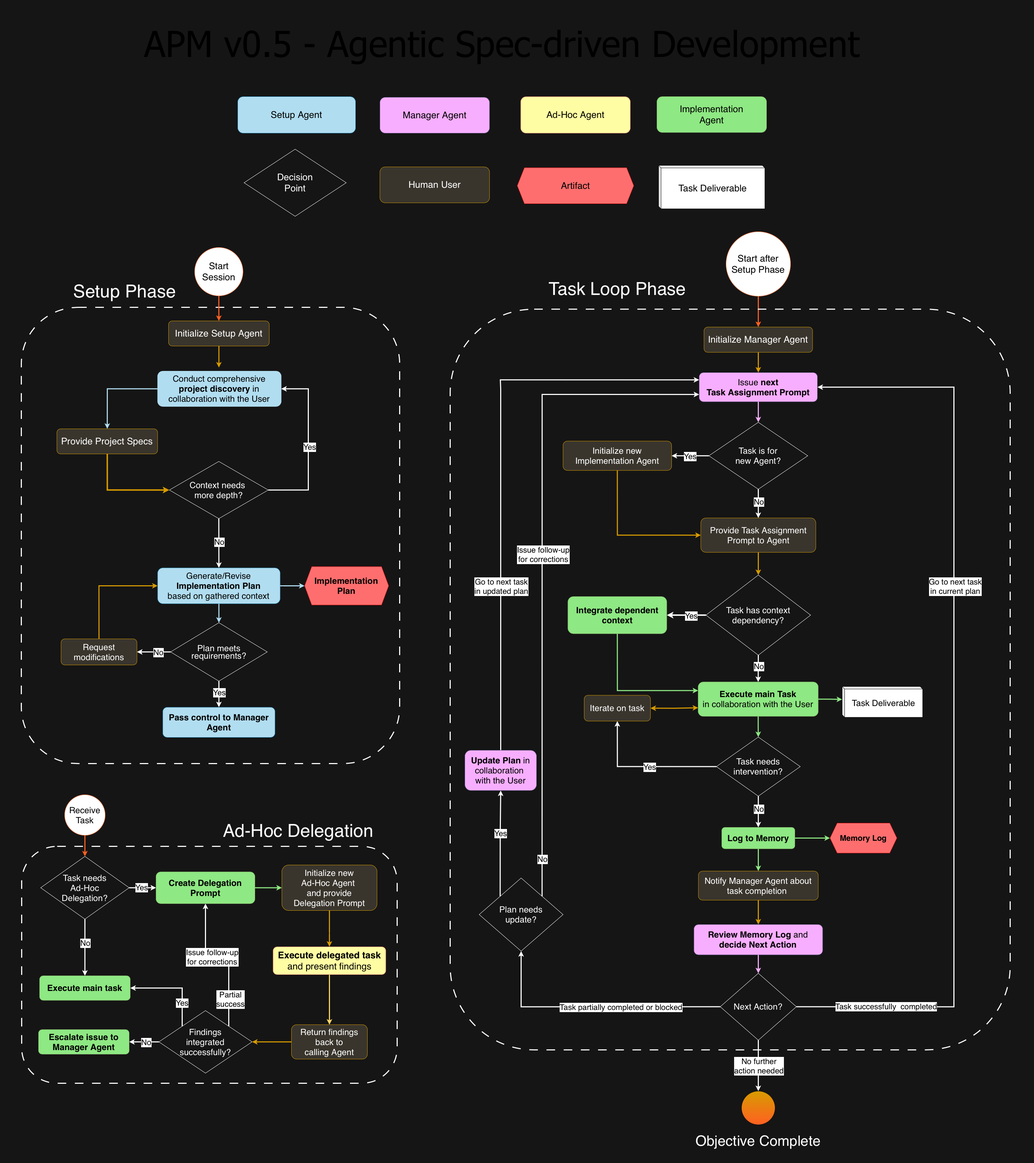
This is website/static/docs-img/apm-workflow-diagram.png from sdi2200262/agentic-project-management, a draw.io export, as it was before one commit. Source tidied: cells renumbered, new cells last; positions are measured from the earlier drawing's top-left corner, leaving out a move shared by most shapes.
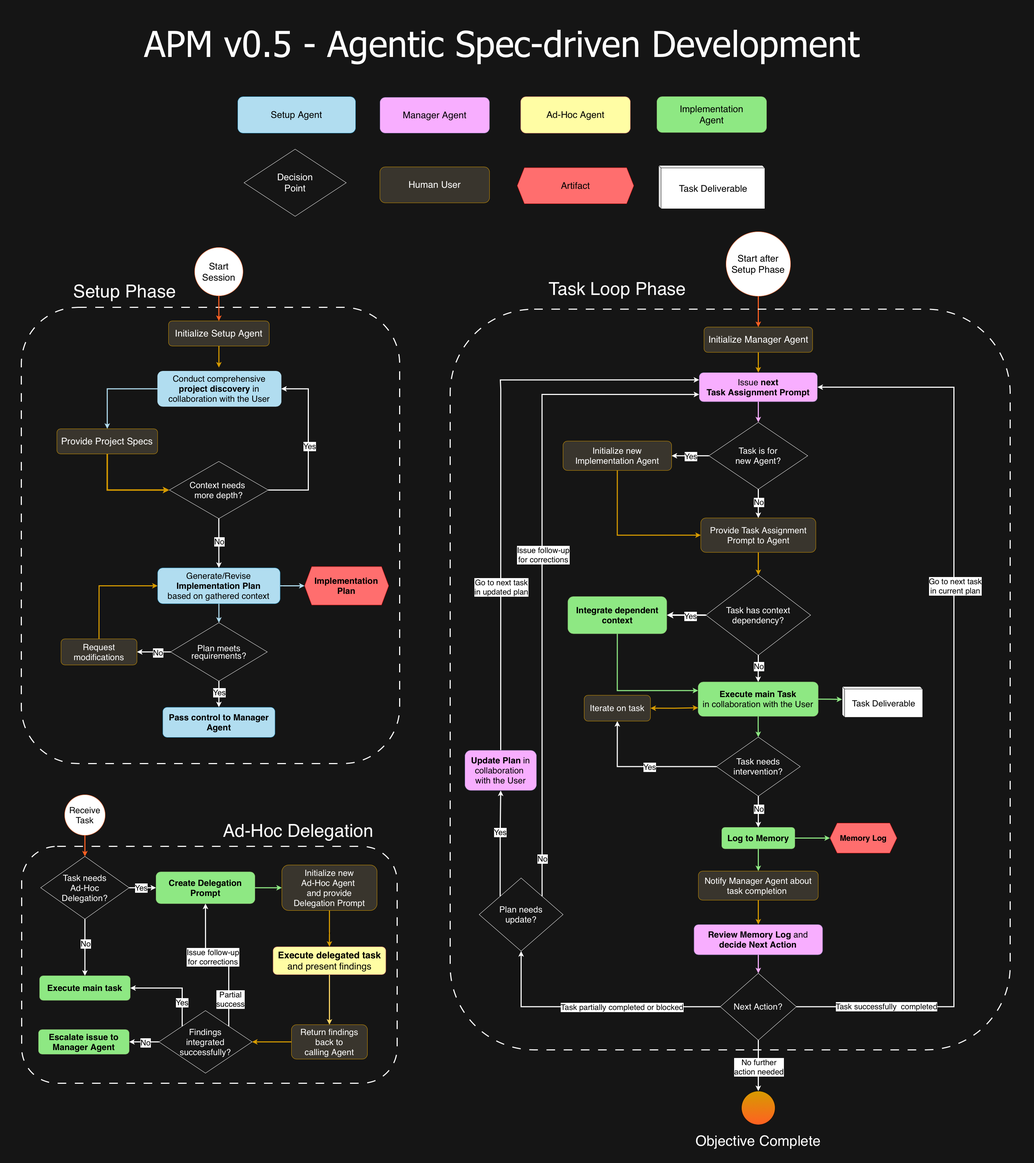
The same diagram one commit later.

Commit message:
small fix of apm worfklow diagram

Diff of the diagram source:
```diff
@@ -112,7 +112,7 @@
     <mxCell id="33" value="&lt;font style=&quot;font-size: 50px;&quot; color=&quot;#ffffff&quot;&gt;&lt;span style=&quot;caret-color: rgb(255, 255, 255);&quot;&gt;Ad-Hoc Delegation&lt;/span&gt;&lt;/font&gt;" style="text;html=1;align=center;verticalAlign=middle;whiteSpace=wrap;rounded=0;strokeWidth=7;" parent="3" vertex="1">
       <mxGeometry x="484.5" y="44" width="506" height="77.8" as="geometry" />
     </mxCell>
-    <mxCell id="34" value="&lt;font face=&quot;Tahoma&quot; style=&quot;color: light-dark(rgb(255, 255, 255), rgb(255, 255, 255));&quot;&gt;&lt;span style=&quot;caret-color: rgb(255, 255, 255); font-size: 100px;&quot;&gt;APM v0.5 - Agentic Spec-driven Development&lt;/span&gt;&lt;/font&gt;" style="text;html=1;align=center;verticalAlign=middle;whiteSpace=wrap;rounded=0;" parent="1" vertex="1">
+    <mxCell id="34" value="&lt;font face=&quot;Tahoma&quot; style=&quot;color: light-dark(rgb(255, 255, 255), rgb(255, 255, 255));&quot;&gt;&lt;span style=&quot;caret-color: rgb(255, 255, 255); font-size: 100px; color: rgb(255, 255, 255);&quot;&gt;APM v0.5 - Agentic Spec-driven Development&lt;/span&gt;&lt;/font&gt;" style="text;html=1;align=center;verticalAlign=middle;whiteSpace=wrap;rounded=0;" parent="1" vertex="1">
       <mxGeometry x="364" width="2074" height="237" as="geometry" />
     </mxCell>
     <mxCell id="35" style="group;fontSize=14;flipV=0;" parent="1" vertex="1">
```
